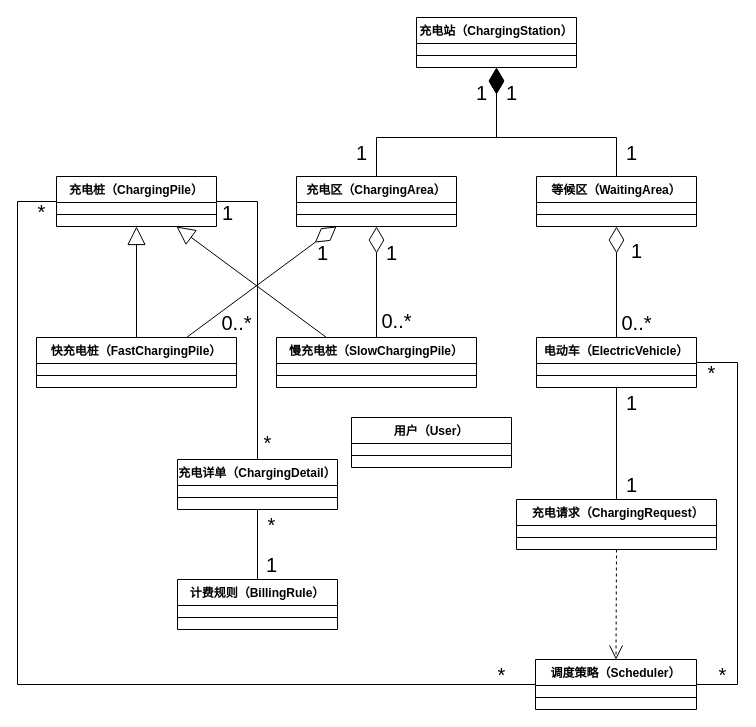
The draw.io diagram OOA-UML/领域模型.drawio in uk-pk-mkk/OOA-UML, before the edit. Source tidied: cells renumbered, new cells numbered last; positions are measured from the earlier drawing's top-left corner, leaving out a move shared by most shapes. Both pictures are drawn from the tidied source at 100%, with x=0, y=0 at pixel (17, 17).
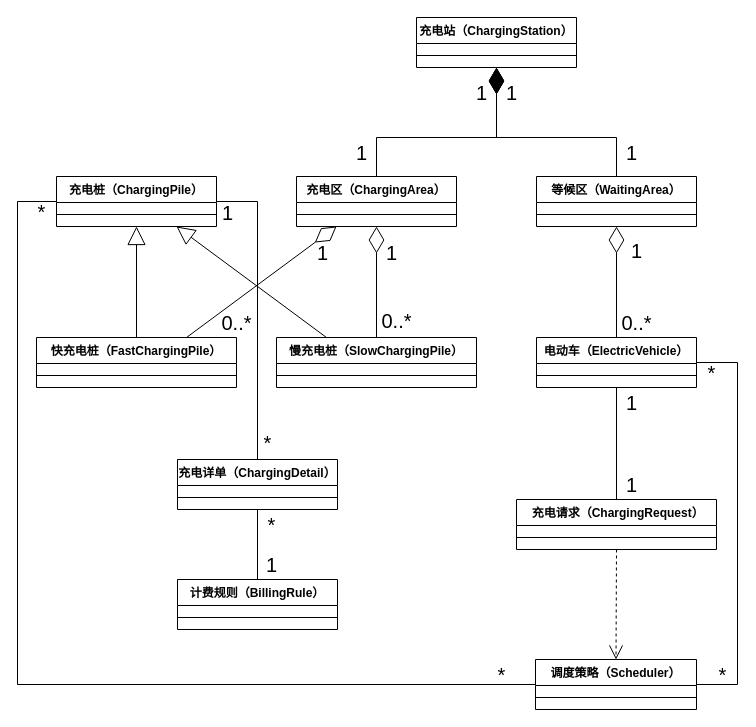
The same page after the edit.

Commit message:
撤销更新领域模型.drawio

What changed in the source:
```diff
@@
-    <mxCell id="57" value="用户（User）" style="swimlane;fontStyle=1;align=center;verticalAlign=top;horizontal=1;startSize=26;whiteSpace=wrap;html=1;" parent="1" vertex="1">
-      <mxGeometry x="334" y="400" width="160" height="50" as="geometry" />
-    </mxCell>
-    <mxCell id="58" style="line;strokeWidth=1;fillColor=none;align=left;verticalAlign=middle;spacingTop=-1;spacingLeft=3;spacingRight=3;labelPosition=right;strokeColor=inherit;" parent="57" vertex="1">
-      <mxGeometry y="26" width="160" height="24" as="geometry" />
-    </mxCell>
```
